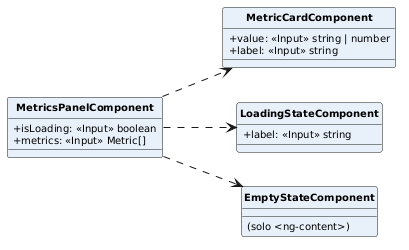
This is PB/Specifica Tecnica/ImmaginiSpecificaTecnica/ClassiSingoleFrontendMicro/MetricCardPanel.png from aLittleByte-19/Documentazione, a PlantUML export, as it was before one commit. Source of this version:
```plantuml
@startuml
skinparam classAttributeIconSize 0
skinparam classFontStyle bold
skinparam classFontSize 12
skinparam classAttributeFontSize 10
skinparam shadowing false
hide circle
left to right direction

class MetricsPanelComponent #E8F1FA {
  +isLoading: <<Input>> boolean
  +metrics: <<Input>> Metric[]
}
class MetricCardComponent #E8F1FA {
  +value: <<Input>> string | number
  +label: <<Input>> string
}
class LoadingStateComponent #E8F1FA {
  +label: <<Input>> string
}
class EmptyStateComponent #E8F1FA {
  (solo <ng-content>)
}

MetricsPanelComponent ..> MetricCardComponent
MetricsPanelComponent ..> LoadingStateComponent
MetricsPanelComponent ..> EmptyStateComponent
@enduml
```
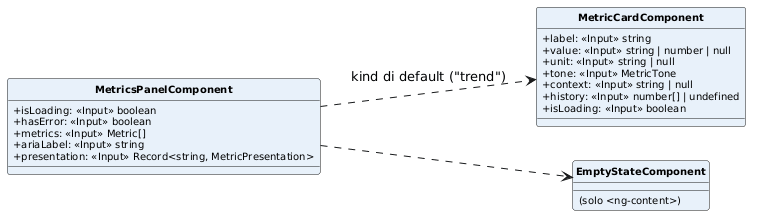
The same diagram one commit later.

Diff of the diagram source:
```diff
@@ -9,20 +9,24 @@
 
 class MetricsPanelComponent #E8F1FA {
   +isLoading: <<Input>> boolean
+  +hasError: <<Input>> boolean
   +metrics: <<Input>> Metric[]
+  +ariaLabel: <<Input>> string
+  +presentation: <<Input>> Record<string, MetricPresentation>
 }
 class MetricCardComponent #E8F1FA {
-  +value: <<Input>> string | number
   +label: <<Input>> string
-}
-class LoadingStateComponent #E8F1FA {
-  +label: <<Input>> string
+  +value: <<Input>> string | number | null
+  +unit: <<Input>> string | null
+  +tone: <<Input>> MetricTone
+  +context: <<Input>> string | null
+  +history: <<Input>> number[] | undefined
+  +isLoading: <<Input>> boolean
 }
 class EmptyStateComponent #E8F1FA {
   (solo <ng-content>)
 }
 
-MetricsPanelComponent ..> MetricCardComponent
-MetricsPanelComponent ..> LoadingStateComponent
+MetricsPanelComponent ..> MetricCardComponent : kind di default ("trend")
 MetricsPanelComponent ..> EmptyStateComponent
 @enduml
```
